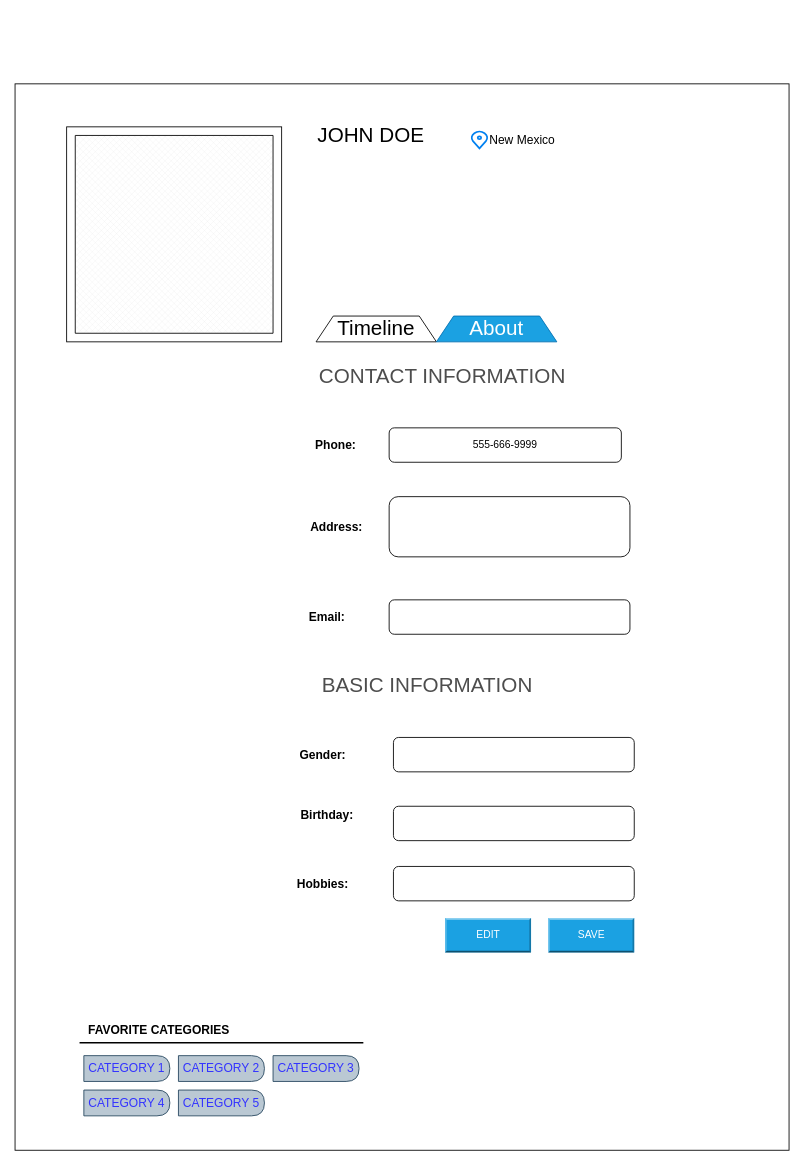
The draw.io diagram PROFILE.drawio in opeyemi-jonah/Ace-challenge, before the edit. Source tidied: cells renumbered, new cells numbered last; positions are measured from the earlier drawing's top-left corner, leaving out a move shared by most shapes. Both pictures are drawn from the tidied source at 86%, with x=0, y=0 at pixel (15, 83). Pictures stored in the file or linked from it are replaced by grey dashed boxes.
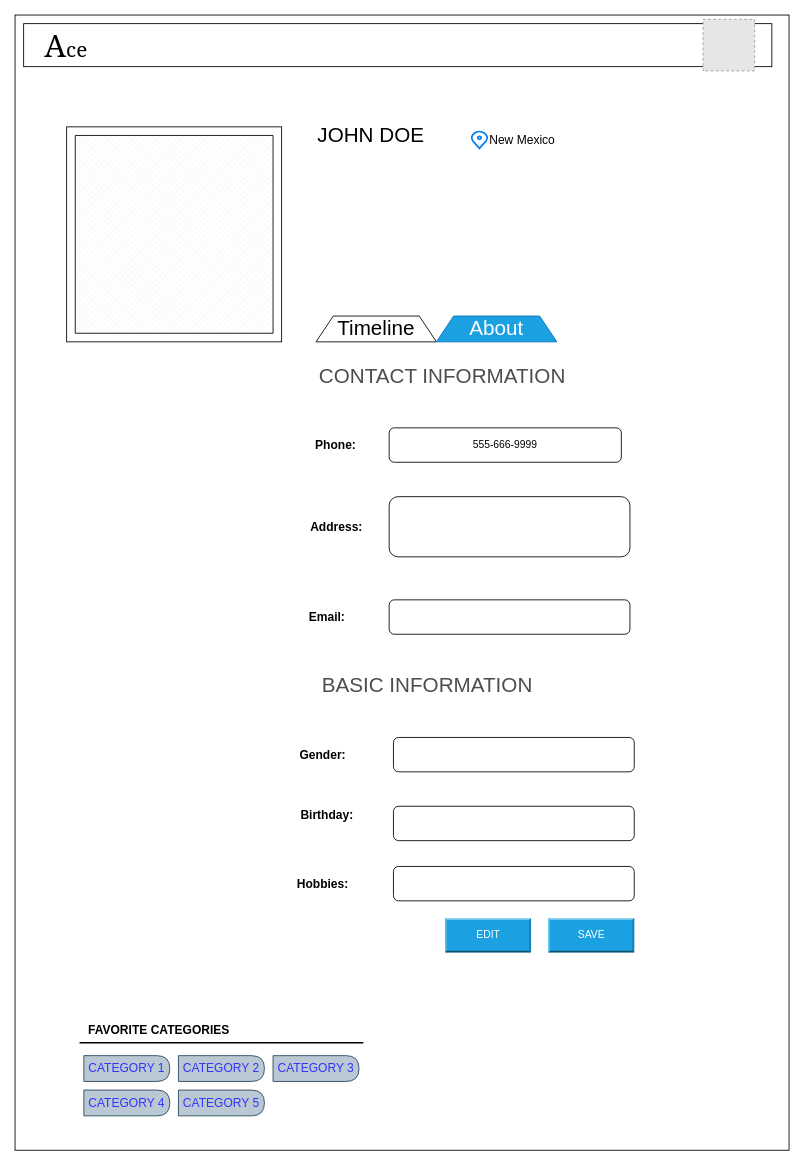
Above is the later version.

What changed in the source:
```diff
@@
     <mxCell id="2" style="rounded=0;whiteSpace=wrap;html=1;" parent="1" vertex="1">
-      <mxGeometry width="900" height="1240" as="geometry" />
+      <mxGeometry y="-80" width="900" height="1320" as="geometry" />
     </mxCell>
@@
+    <mxCell id="39" style="rounded=0;whiteSpace=wrap;html=1;fillColor=#FFFFFF;fontColor=#3333FF;" parent="1" vertex="1">
+      <mxGeometry x="10" y="-70" width="870" height="50" as="geometry" />
+    </mxCell>
+    <mxCell id="40" value="&lt;font style=&quot;font-size: 36px&quot; face=&quot;Georgia&quot;&gt;A&lt;/font&gt;&lt;font style=&quot;font-size: 24px&quot; face=&quot;Georgia&quot;&gt;ce&lt;/font&gt;" style="text;html=1;strokeColor=none;fillColor=none;align=center;verticalAlign=middle;whiteSpace=wrap;rounded=0;" parent="1" vertex="1">
+      <mxGeometry x="39" y="-64" width="41" height="38" as="geometry" />
+    </mxCell>
+    <mxCell id="41" style="fillColor=#E6E6E6;strokeColor=#999999;dashed=1;html=1;verticalAlign=top;verticalLabelPosition=bottom;labelBackgroundColor=#ffffff;fontColor=#3333FF;" parent="1" vertex="1">
+      <mxGeometry x="800" y="-75" width="60" height="60" as="geometry" />
+    </mxCell>
```
